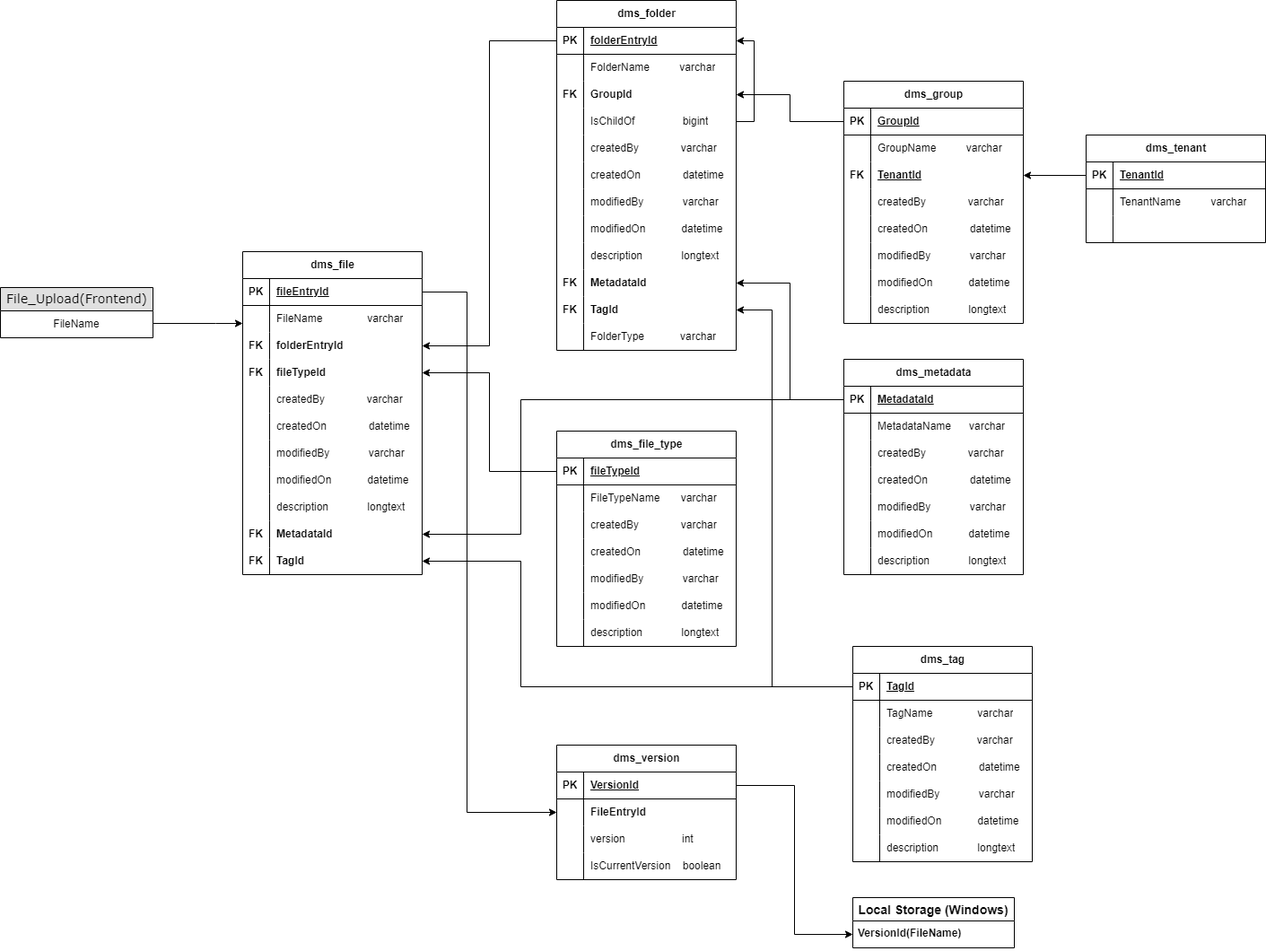
Before: Upload-NxtGen.drawio.png, a diagram exported from draw.io (SandeepGowda7/Drawio). Source tidied: cells renumbered, new cells last; positions are measured from the earlier drawing's top-left corner, leaving out a move shared by most shapes.
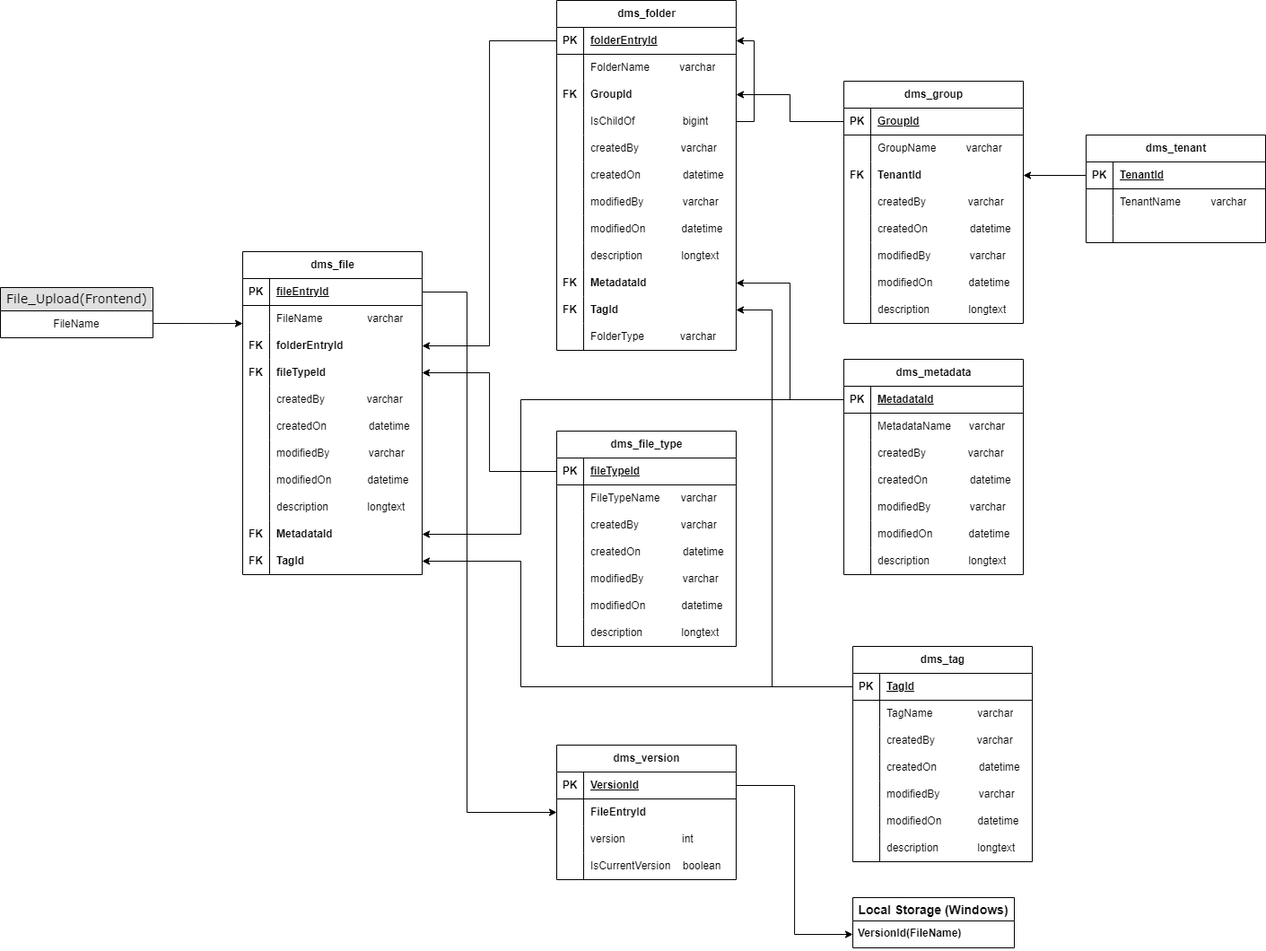
Later version of the same file.

What changed in the source:
```diff
@@ -246,10 +246,10 @@
     <mxCell id="79" style="shape=tableRow;horizontal=0;startSize=0;swimlaneHead=0;swimlaneBody=0;fillColor=none;points=[[0,0.5],[1,0.5]];portConstraint=eastwest;top=0;left=0;right=0;bottom=0;" parent="72" vertex="1">
       <mxGeometry y="90" width="200" height="30" as="geometry" />
     </mxCell>
-    <mxCell id="80" value="&lt;b&gt;FK&lt;/b&gt;" style="shape=partialRectangle;fillColor=none;top=0;left=0;bottom=0;right=0;overflow=hidden;whiteSpace=wrap;html=1;" parent="79" vertex="1">
+    <mxCell id="80" value="&lt;b&gt;FK&lt;/b&gt;" style="shape=partialRectangle;fillColor=none;top=0;left=0;bottom=0;right=0;fontStyle=0;overflow=hidden;whiteSpace=wrap;html=1;" parent="79" vertex="1">
       <mxGeometry width="30" height="30" as="geometry" />
     </mxCell>
-    <mxCell id="81" value="&lt;b&gt;TenantId&lt;/b&gt;" style="shape=partialRectangle;fillColor=none;top=0;left=0;bottom=0;right=0;align=left;spacingLeft=6;fontStyle=5;overflow=hidden;whiteSpace=wrap;html=1;labelBorderColor=none;labelBackgroundColor=none;fontColor=default;" parent="79" vertex="1">
+    <mxCell id="81" value="&lt;b&gt;TenantId&lt;/b&gt;" style="shape=partialRectangle;fillColor=none;top=0;left=0;bottom=0;right=0;align=left;spacingLeft=6;fontStyle=0;overflow=hidden;whiteSpace=wrap;html=1;" parent="79" vertex="1">
       <mxGeometry x="30" width="170" height="30" as="geometry" />
     </mxCell>
     <mxCell id="82" style="shape=tableRow;horizontal=0;startSize=0;swimlaneHead=0;swimlaneBody=0;fillColor=none;top=0;left=0;right=0;bottom=0;" parent="72" vertex="1">
@@ -297,7 +297,7 @@
     <mxCell id="96" value="description&amp;nbsp; &amp;nbsp; &amp;nbsp; &amp;nbsp; &amp;nbsp; &amp;nbsp; &amp;nbsp;longtext" style="shape=partialRectangle;fillColor=none;top=0;left=0;bottom=0;right=0;align=left;spacingLeft=6;overflow=hidden;whiteSpace=wrap;html=1;" parent="94" vertex="1">
       <mxGeometry x="30" width="170" height="30" as="geometry" />
     </mxCell>
-    <mxCell id="97" style="edgeStyle=orthogonalEdgeStyle;rounded=0;jettySize=auto;html=1;exitX=0;exitY=0.5;exitDx=0;exitDy=0;" parent="1" edge="1" source="99" target="79">
+    <mxCell id="97" style="edgeStyle=orthogonalEdgeStyle;rounded=0;jettySize=auto;html=1;exitX=0;exitY=0.5;exitDx=0;exitDy=0;entryX=1;entryY=0.5;entryDx=0;entryDy=0;" parent="1" edge="1" source="99" target="79">
       <mxGeometry relative="1" as="geometry" />
     </mxCell>
     <mxCell id="98" value="dms_tenant" style="shape=table;startSize=30;rowLines=0;fontStyle=1;align=center;html=1;" parent="1" vertex="1">
```
